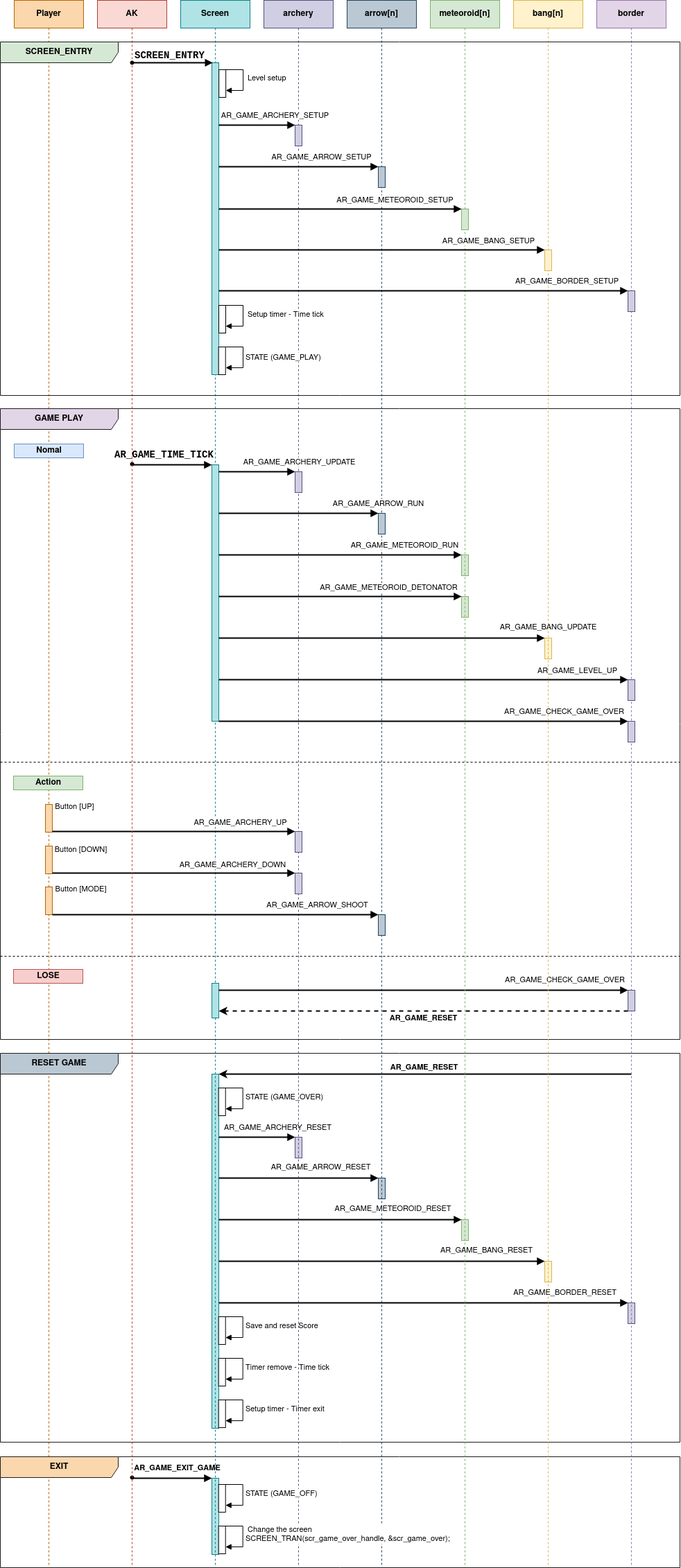
The draw.io diagram images/sequence_object/All_game_UML.png in QuocBuu/tai_lieu_archery_game, before a commit. Source tidied: cells renumbered, new cells last; positions are measured from the earlier drawing's top-left corner, leaving out a move shared by most shapes.
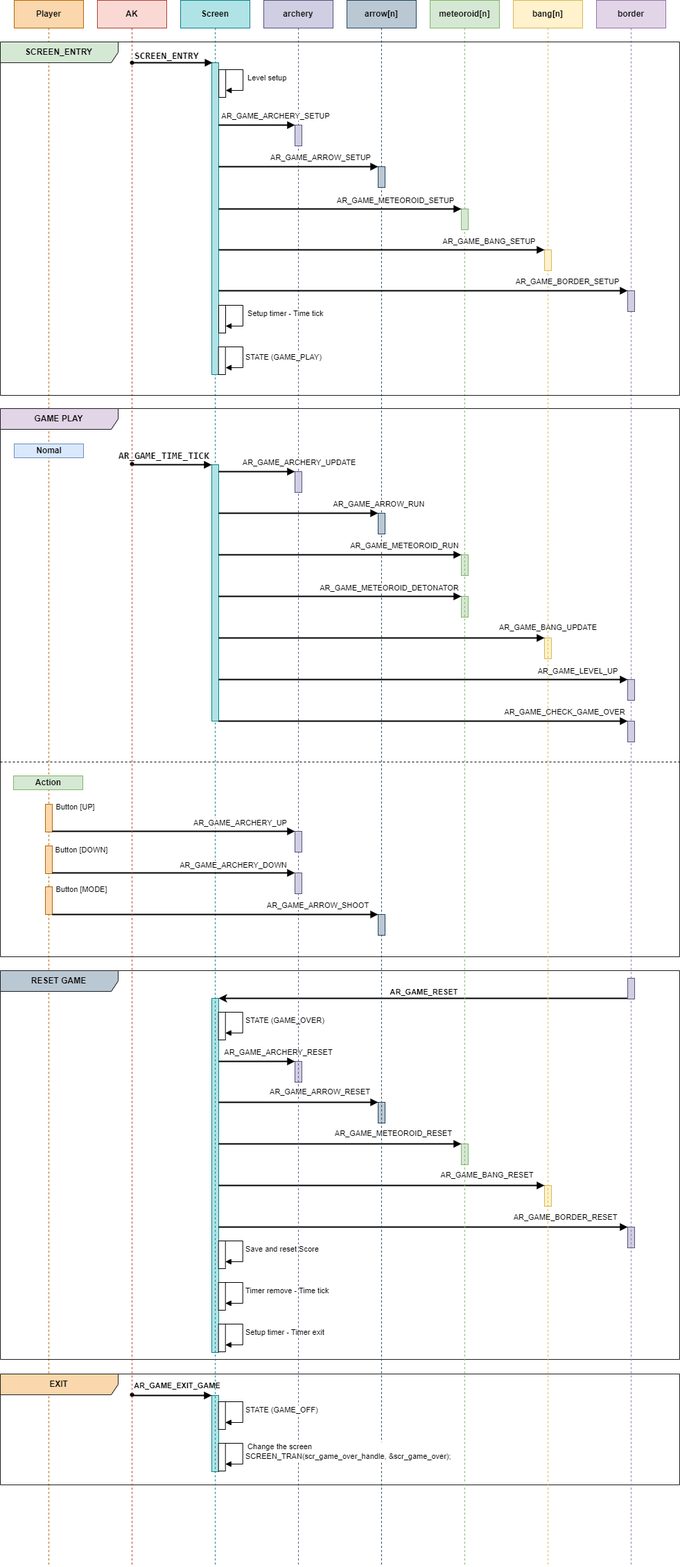
The same file after the commit.

Diff of the diagram source:
```diff
@@ -6,31 +6,31 @@
       <mxGeometry x="20" width="100" height="2260" as="geometry" />
     </mxCell>
     <mxCell id="3" style="html=1;points=[[0,0,0,0,5],[0,1,0,0,-5],[1,0,0,0,5],[1,1,0,0,-5]];perimeter=orthogonalPerimeter;outlineConnect=0;targetShapes=umlLifeline;portConstraint=eastwest;newEdgeStyle={&quot;curved&quot;:0,&quot;rounded&quot;:0};fillColor=#d0cee2;strokeColor=#56517e;" parent="2" vertex="1">
-      <mxGeometry x="405" y="1640" width="10" height="30" as="geometry" />
+      <mxGeometry x="405" y="1531" width="10" height="30" as="geometry" />
     </mxCell>
     <mxCell id="4" style="html=1;points=[[0,0,0,0,5],[0,1,0,0,-5],[1,0,0,0,5],[1,1,0,0,-5]];perimeter=orthogonalPerimeter;outlineConnect=0;targetShapes=umlLifeline;portConstraint=eastwest;newEdgeStyle={&quot;curved&quot;:0,&quot;rounded&quot;:0};fillColor=#d0cee2;strokeColor=#56517e;" parent="2" vertex="1">
-      <mxGeometry x="885" y="1879" width="10" height="30" as="geometry" />
+      <mxGeometry x="885" y="1770" width="10" height="30" as="geometry" />
     </mxCell>
     <mxCell id="5" style="html=1;perimeter=orthogonalPerimeter;targetShapes=umlLifeline;newEdgeStyle={&quot;curved&quot;:0,&quot;rounded&quot;:0};" parent="2" vertex="1">
-      <mxGeometry x="285" y="1630" width="10" height="20" as="geometry" />
+      <mxGeometry x="285" y="1521" width="10" height="20" as="geometry" />
     </mxCell>
     <mxCell id="6" style="html=1;points=[[0,0,0,0,5],[0,1,0,0,-5],[1,0,0,0,5],[1,1,0,0,-5]];perimeter=orthogonalPerimeter;outlineConnect=0;targetShapes=umlLifeline;portConstraint=eastwest;newEdgeStyle={&quot;curved&quot;:0,&quot;rounded&quot;:0};fillColor=#b0e3e6;strokeColor=#0e8088;" parent="2" vertex="1">
-      <mxGeometry x="285" y="1549" width="10" height="511" as="geometry" />
+      <mxGeometry x="285" y="1440" width="10" height="511" as="geometry" />
     </mxCell>
     <mxCell id="7" style="html=1;points=[[0,0,0,0,5],[0,1,0,0,-5],[1,0,0,0,5],[1,1,0,0,-5]];perimeter=orthogonalPerimeter;outlineConnect=0;targetShapes=umlLifeline;portConstraint=eastwest;newEdgeStyle={&quot;curved&quot;:0,&quot;rounded&quot;:0};fillColor=#bac8d3;strokeColor=#23445d;" parent="2" vertex="1">
-      <mxGeometry x="525" y="1699" width="10" height="30" as="geometry" />
+      <mxGeometry x="525" y="1590" width="10" height="30" as="geometry" />
     </mxCell>
     <mxCell id="8" style="html=1;points=[[0,0,0,0,5],[0,1,0,0,-5],[1,0,0,0,5],[1,1,0,0,-5]];perimeter=orthogonalPerimeter;outlineConnect=0;targetShapes=umlLifeline;portConstraint=eastwest;newEdgeStyle={&quot;curved&quot;:0,&quot;rounded&quot;:0};fillColor=#fff2cc;strokeColor=#d6b656;" parent="2" vertex="1">
-      <mxGeometry x="765" y="1819" width="10" height="30" as="geometry" />
+      <mxGeometry x="765" y="1710" width="10" height="30" as="geometry" />
     </mxCell>
     <mxCell id="9" style="html=1;points=[[0,0,0,0,5],[0,1,0,0,-5],[1,0,0,0,5],[1,1,0,0,-5]];perimeter=orthogonalPerimeter;outlineConnect=0;targetShapes=umlLifeline;portConstraint=eastwest;newEdgeStyle={&quot;curved&quot;:0,&quot;rounded&quot;:0};fillColor=#d5e8d4;strokeColor=#82b366;" parent="2" vertex="1">
-      <mxGeometry x="645" y="1759" width="10" height="30" as="geometry" />
+      <mxGeometry x="645" y="1650" width="10" height="30" as="geometry" />
     </mxCell>
     <mxCell id="10" style="html=1;verticalAlign=bottom;endArrow=block;curved=0;rounded=0;strokeWidth=2;" parent="2" edge="1" target="3">
       <mxGeometry relative="1" as="geometry">
-        <mxPoint x="295" y="1640" as="sourcePoint" />
+        <mxPoint x="295" y="1531" as="sourcePoint" />
         <Array as="points">
-          <mxPoint x="370" y="1640" />
+          <mxPoint x="370" y="1531" />
         </Array>
       </mxGeometry>
     </mxCell>
@@ -41,9 +41,9 @@
     </mxCell>
     <mxCell id="12" style="html=1;verticalAlign=bottom;endArrow=block;curved=0;rounded=0;strokeWidth=2;" parent="2" edge="1" target="7">
       <mxGeometry x="0.43" y="20" relative="1" as="geometry">
-        <mxPoint x="295" y="1699" as="sourcePoint" />
+        <mxPoint x="295" y="1590" as="sourcePoint" />
         <Array as="points">
-          <mxPoint x="375" y="1699" />
+          <mxPoint x="375" y="1590" />
         </Array>
       </mxGeometry>
     </mxCell>
@@ -54,9 +54,9 @@
     </mxCell>
     <mxCell id="14" style="html=1;verticalAlign=bottom;endArrow=block;curved=0;rounded=0;strokeWidth=2;" parent="2" edge="1" target="9">
       <mxGeometry x="0.69" relative="1" as="geometry">
-        <mxPoint x="295" y="1759" as="sourcePoint" />
+        <mxPoint x="295" y="1650" as="sourcePoint" />
         <Array as="points">
-          <mxPoint x="495" y="1759" />
+          <mxPoint x="495" y="1650" />
         </Array>
       </mxGeometry>
     </mxCell>
@@ -67,9 +67,9 @@
     </mxCell>
     <mxCell id="16" style="html=1;verticalAlign=bottom;endArrow=block;curved=0;rounded=0;strokeWidth=2;" parent="2" edge="1" target="8">
       <mxGeometry x="0.77" relative="1" as="geometry">
-        <mxPoint x="295" y="1819" as="sourcePoint" />
+        <mxPoint x="295" y="1710" as="sourcePoint" />
         <Array as="points">
-          <mxPoint x="615" y="1819" />
+          <mxPoint x="615" y="1710" />
         </Array>
       </mxGeometry>
     </mxCell>
@@ -80,9 +80,9 @@
     </mxCell>
     <mxCell id="18" style="html=1;verticalAlign=bottom;endArrow=block;curved=0;rounded=0;strokeWidth=2;" parent="2" edge="1" target="4">
       <mxGeometry x="0.81" relative="1" as="geometry">
-        <mxPoint x="295" y="1879" as="sourcePoint" />
+        <mxPoint x="295" y="1770" as="sourcePoint" />
         <Array as="points">
-          <mxPoint x="735" y="1879" />
+          <mxPoint x="735" y="1770" />
         </Array>
       </mxGeometry>
     </mxCell>
@@ -92,50 +92,50 @@
       </mxGeometry>
     </mxCell>
     <mxCell id="20" value="&lt;b&gt;RESET GAME&lt;/b&gt;" style="shape=umlFrame;whiteSpace=wrap;html=1;width=170;fillColor=#bac8d3;strokeColor=#1E1E1E;" parent="2" vertex="1">
-      <mxGeometry x="-20" y="1519" width="980" height="561" as="geometry" />
+      <mxGeometry x="-20" y="1400" width="980" height="561" as="geometry" />
     </mxCell>
     <mxCell id="21" style="html=1;points=[[0,0,0,0,5],[0,1,0,0,-5],[1,0,0,0,5],[1,1,0,0,-5]];perimeter=orthogonalPerimeter;outlineConnect=0;targetShapes=umlLifeline;portConstraint=eastwest;newEdgeStyle={&quot;curved&quot;:0,&quot;rounded&quot;:0};" parent="20" vertex="1">
-      <mxGeometry x="314.7" y="440" width="10" height="40" as="geometry" />
+      <mxGeometry x="314.7" y="450" width="10" height="40" as="geometry" />
     </mxCell>
     <mxCell id="22" value="Timer remove - Time tick" style="html=1;align=left;spacingLeft=2;endArrow=block;rounded=0;edgeStyle=orthogonalEdgeStyle;curved=0;rounded=0;" parent="20" edge="1" target="21">
       <mxGeometry relative="1" as="geometry">
-        <mxPoint x="319.7" y="440" as="sourcePoint" />
+        <mxPoint x="319.7" y="450" as="sourcePoint" />
         <Array as="points">
-          <mxPoint x="349.7" y="470" />
+          <mxPoint x="349.7" y="480" />
         </Array>
       </mxGeometry>
     </mxCell>
     <mxCell id="23" style="html=1;points=[[0,0,0,0,5],[0,1,0,0,-5],[1,0,0,0,5],[1,1,0,0,-5]];perimeter=orthogonalPerimeter;outlineConnect=0;targetShapes=umlLifeline;portConstraint=eastwest;newEdgeStyle={&quot;curved&quot;:0,&quot;rounded&quot;:0};" parent="20" vertex="1">
-      <mxGeometry x="314.7" y="380" width="10" height="40" as="geometry" />
+      <mxGeometry x="314.7" y="390" width="10" height="40" as="geometry" />
     </mxCell>
     <mxCell id="24" value="Save and reset Score" style="html=1;align=left;spacingLeft=2;endArrow=block;rounded=0;edgeStyle=orthogonalEdgeStyle;curved=0;rounded=0;" parent="20" edge="1" target="23">
       <mxGeometry relative="1" as="geometry">
-        <mxPoint x="319.7" y="380" as="sourcePoint" />
+        <mxPoint x="319.7" y="390" as="sourcePoint" />
         <Array as="points">
-          <mxPoint x="349.7" y="410" />
+          <mxPoint x="349.7" y="420" />
         </Array>
       </mxGeometry>
     </mxCell>
     <mxCell id="25" style="html=1;points=[[0,0,0,0,5],[0,1,0,0,-5],[1,0,0,0,5],[1,1,0,0,-5]];perimeter=orthogonalPerimeter;outlineConnect=0;targetShapes=umlLifeline;portConstraint=eastwest;newEdgeStyle={&quot;curved&quot;:0,&quot;rounded&quot;:0};" parent="20" vertex="1">
-      <mxGeometry x="314.7" y="500" width="10" height="40" as="geometry" />
+      <mxGeometry x="314.7" y="510" width="10" height="40" as="geometry" />
     </mxCell>
     <mxCell id="26" value="Setup timer - Timer exit" style="html=1;align=left;spacingLeft=2;endArrow=block;rounded=0;edgeStyle=orthogonalEdgeStyle;curved=0;rounded=0;" parent="20" edge="1" target="25">
       <mxGeometry relative="1" as="geometry">
-        <mxPoint x="319.7" y="500" as="sourcePoint" />
+        <mxPoint x="319.7" y="510" as="sourcePoint" />
         <Array as="points">
-          <mxPoint x="349.7" y="530" />
+          <mxPoint x="349.7" y="540" />
         </Array>
       </mxGeometry>
     </mxCell>
     <mxCell id="27" style="html=1;points=[[0,0,0,0,5],[0,1,0,0,-5],[1,0,0,0,5],[1,1,0,0,-5]];perimeter=orthogonalPerimeter;outlineConnect=0;targetShapes=umlLifeline;portConstraint=eastwest;newEdgeStyle={&quot;curved&quot;:0,&quot;rounded&quot;:0};" parent="20" vertex="1">
-      <mxGeometry x="314.7" y="50" width="10" height="40" as="geometry" />
+      <mxGeometry x="314.7" y="60" width="10" height="40" as="geometry" />
     </mxCell>
     <mxCell id="28" value="STATE (GAME_OVER)" style="html=1;align=left;spacingLeft=2;endArrow=block;rounded=0;edgeStyle=orthogonalEdgeStyle;curved=0;rounded=0;" parent="20" edge="1" target="27">
       <mxGeometry relative="1" as="geometry">
-        <mxPoint x="319.7" y="50" as="sourcePoint" />
+        <mxPoint x="319.7" y="60" as="sourcePoint" />
         <Array as="points">
-          <mxPoint x="349.7" y="50" />
-          <mxPoint x="349.7" y="80" />
+          <mxPoint x="349.7" y="60" />
+          <mxPoint x="349.7" y="90" />
         </Array>
       </mxGeometry>
     </mxCell>
@@ -146,10 +146,10 @@
     </mxCell>
     <mxCell id="30" style="edgeStyle=orthogonalEdgeStyle;rounded=0;jettySize=auto;html=1;curved=0;strokeWidth=2;" parent="2" edge="1" target="6">
       <mxGeometry relative="1" as="geometry">
-        <mxPoint x="890" y="1549" as="sourcePoint" />
+        <mxPoint x="890" y="1440" as="sourcePoint" />
         <Array as="points">
-          <mxPoint x="610" y="1549" />
-          <mxPoint x="610" y="1549" />
+          <mxPoint x="610" y="1440" />
+          <mxPoint x="610" y="1440" />
         </Array>
       </mxGeometry>
     </mxCell>
@@ -168,18 +168,18 @@
       <mxGeometry x="380" width="100" height="2260" as="geometry" />
     </mxCell>
     <mxCell id="35" style="html=1;perimeter=orthogonalPerimeter;targetShapes=umlLifeline;newEdgeStyle={&quot;curved&quot;:0,&quot;rounded&quot;:0};" parent="34" vertex="1">
-      <mxGeometry x="-75" y="2132" width="10" height="20" as="geometry" />
+      <mxGeometry x="-75" y="2013" width="10" height="20" as="geometry" />
     </mxCell>
     <mxCell id="36" style="html=1;perimeter=orthogonalPerimeter;targetShapes=umlLifeline;newEdgeStyle={&quot;curved&quot;:0,&quot;rounded&quot;:0};fillColor=#b0e3e6;strokeColor=#0e8088;" parent="34" vertex="1">
-      <mxGeometry x="-75" y="2132" width="10" height="110" as="geometry" />
+      <mxGeometry x="-75" y="2013" width="10" height="110" as="geometry" />
     </mxCell>
     <mxCell id="37" style="html=1;align=left;spacingLeft=2;endArrow=block;rounded=0;edgeStyle=orthogonalEdgeStyle;curved=0;rounded=0;strokeWidth=2;" parent="34" edge="1">
       <mxGeometry x="-0.98" y="20" relative="1" as="geometry">
-        <mxPoint x="-190.5" y="2132" as="sourcePoint" />
-        <mxPoint x="-75" y="2132" as="targetPoint" />
+        <mxPoint x="-190.5" y="2013" as="sourcePoint" />
+        <mxPoint x="-75" y="2013" as="targetPoint" />
         <Array as="points">
-          <mxPoint x="-90" y="2132" />
-          <mxPoint x="-90" y="2132" />
+          <mxPoint x="-90" y="2013" />
+          <mxPoint x="-90" y="2013" />
         </Array>
       </mxGeometry>
     </mxCell>
@@ -189,7 +189,7 @@
       </mxGeometry>
     </mxCell>
     <mxCell id="39" value="&lt;b&gt;EXIT&lt;/b&gt;" style="shape=umlFrame;whiteSpace=wrap;html=1;width=170;fillColor=#fad7ac;strokeColor=#1E1E1E;" parent="34" vertex="1">
-      <mxGeometry x="-380" y="2101" width="980" height="160" as="geometry" />
+      <mxGeometry x="-380" y="1982" width="980" height="160" as="geometry" />
     </mxCell>
     <mxCell id="40" style="html=1;points=[[0,0,0,0,5],[0,1,0,0,-5],[1,0,0,0,5],[1,1,0,0,-5]];perimeter=orthogonalPerimeter;outlineConnect=0;targetShapes=umlLifeline;portConstraint=eastwest;newEdgeStyle={&quot;curved&quot;:0,&quot;rounded&quot;:0};" parent="39" vertex="1">
       <mxGeometry x="314.7" y="40" width="10" height="40" as="geometry" />
@@ -422,7 +422,7 @@
       </mxGeometry>
     </mxCell>
     <mxCell id="87" value="GAME PLAY" style="shape=umlFrame;whiteSpace=wrap;html=1;width=170;fillColor=#e1d5e7;strokeColor=#1E1E1E;fontStyle=1;" parent="47" vertex="1">
-      <mxGeometry x="-260" y="589" width="980" height="910" as="geometry" />
+      <mxGeometry x="-260" y="589" width="980" height="791" as="geometry" />
     </mxCell>
     <mxCell id="88" value="&lt;b&gt;Nomal&lt;/b&gt;" style="text;html=1;align=center;verticalAlign=middle;fillColor=#dae8fc;strokeColor=#6c8ebf;" parent="87" vertex="1">
       <mxGeometry width="100" height="20" relative="1" as="geometry">
@@ -435,12 +435,6 @@
     <mxCell id="90" value="Action" style="text;html=1;fillColor=#d5e8d4;strokeColor=#82b366;verticalAlign=middle;align=center;fontStyle=1;" parent="87" vertex="1">
       <mxGeometry x="19" y="530" width="100" height="20" as="geometry" />
     </mxCell>
-    <mxCell id="91" style="line;strokeWidth=1;dashed=1;labelPosition=center;verticalLabelPosition=bottom;align=left;verticalAlign=top;spacingLeft=20;spacingTop=15;html=1;whiteSpace=wrap;" parent="87" vertex="1">
-      <mxGeometry y="785" width="980" height="10" as="geometry" />
-    </mxCell>
-    <mxCell id="92" value="LOSE" style="text;html=1;fillColor=#f8cecc;strokeColor=#b85450;verticalAlign=middle;align=center;fontStyle=1;" parent="87" vertex="1">
-      <mxGeometry x="19" y="809" width="100" height="20" as="geometry" />
-    </mxCell>
     <mxCell id="93" value="AR_GAME_CHECK_GAME_OVER" style="edgeLabel;html=1;align=center;verticalAlign=middle;spacingBottom=0;spacingTop=0;spacing=2;" parent="87" vertex="1">
       <mxGeometry x="813" y="437" as="geometry" />
     </mxCell>
@@ -456,36 +450,9 @@
     <mxCell id="97" value="Button [MODE]" style="edgeLabel;html=1;align=center;verticalAlign=middle;" parent="87" vertex="1">
       <mxGeometry x="116" y="693" as="geometry" />
     </mxCell>
-    <mxCell id="98" value="AR_GAME_CHECK_GAME_OVER" style="edgeLabel;html=1;align=center;verticalAlign=middle;" parent="87" vertex="1">
-      <mxGeometry x="813.7" y="824" as="geometry" />
-    </mxCell>
-    <mxCell id="99" style="html=1;points=[[0,0,0,0,5],[0,1,0,0,-5],[1,0,0,0,5],[1,1,0,0,-5]];perimeter=orthogonalPerimeter;outlineConnect=0;targetShapes=umlLifeline;portConstraint=eastwest;newEdgeStyle={&quot;curved&quot;:0,&quot;rounded&quot;:0};fillColor=#b0e3e6;strokeColor=#0e8088;" parent="47" vertex="1">
-      <mxGeometry x="45" y="1418" width="10" height="50" as="geometry" />
-    </mxCell>
-    <mxCell id="100" style="edgeStyle=orthogonalEdgeStyle;rounded=0;jettySize=auto;html=1;curved=0;strokeWidth=2;dashed=1;" parent="47" edge="1" source="102" target="99">
-      <mxGeometry relative="1" as="geometry">
-        <Array as="points">
-          <mxPoint x="350" y="1458" />
-          <mxPoint x="350" y="1458" />
-        </Array>
-      </mxGeometry>
-    </mxCell>
-    <mxCell id="101" value="AR_GAME_RESET" style="edgeLabel;html=1;align=center;verticalAlign=middle;fontStyle=1;" parent="100" vertex="1">
-      <mxGeometry x="-0.16" y="-1" relative="1" as="geometry">
-        <mxPoint x="-47" y="11" as="offset" />
-      </mxGeometry>
-    </mxCell>
     <mxCell id="102" style="html=1;points=[[0,0,0,0,5],[0,1,0,0,-5],[1,0,0,0,5],[1,1,0,0,-5]];perimeter=orthogonalPerimeter;outlineConnect=0;targetShapes=umlLifeline;portConstraint=eastwest;newEdgeStyle={&quot;curved&quot;:0,&quot;rounded&quot;:0};fillColor=#d0cee2;strokeColor=#56517e;" parent="47" vertex="1">
-      <mxGeometry x="645" y="1428" width="10" height="30" as="geometry" />
+      <mxGeometry x="645" y="1411" width="10" height="30" as="geometry" />
     </mxCell>
-    <mxCell id="103" style="html=1;verticalAlign=bottom;endArrow=block;curved=0;rounded=0;strokeWidth=2;" parent="47" edge="1" target="102">
-      <mxGeometry x="0.81" relative="1" as="geometry">
-        <mxPoint x="55" y="1428" as="sourcePoint" />
-        <Array as="points">
-          <mxPoint x="495" y="1428" />
-        </Array>
-      </mxGeometry>
-    </mxCell>
     <mxCell id="104" style="html=1;align=left;spacingLeft=2;endArrow=block;rounded=0;edgeStyle=orthogonalEdgeStyle;curved=0;rounded=0;strokeWidth=2;" parent="47" edge="1">
       <mxGeometry x="-0.27" y="-51" relative="1" as="geometry">
         <mxPoint x="-70" y="1440" as="sourcePoint" />
```
